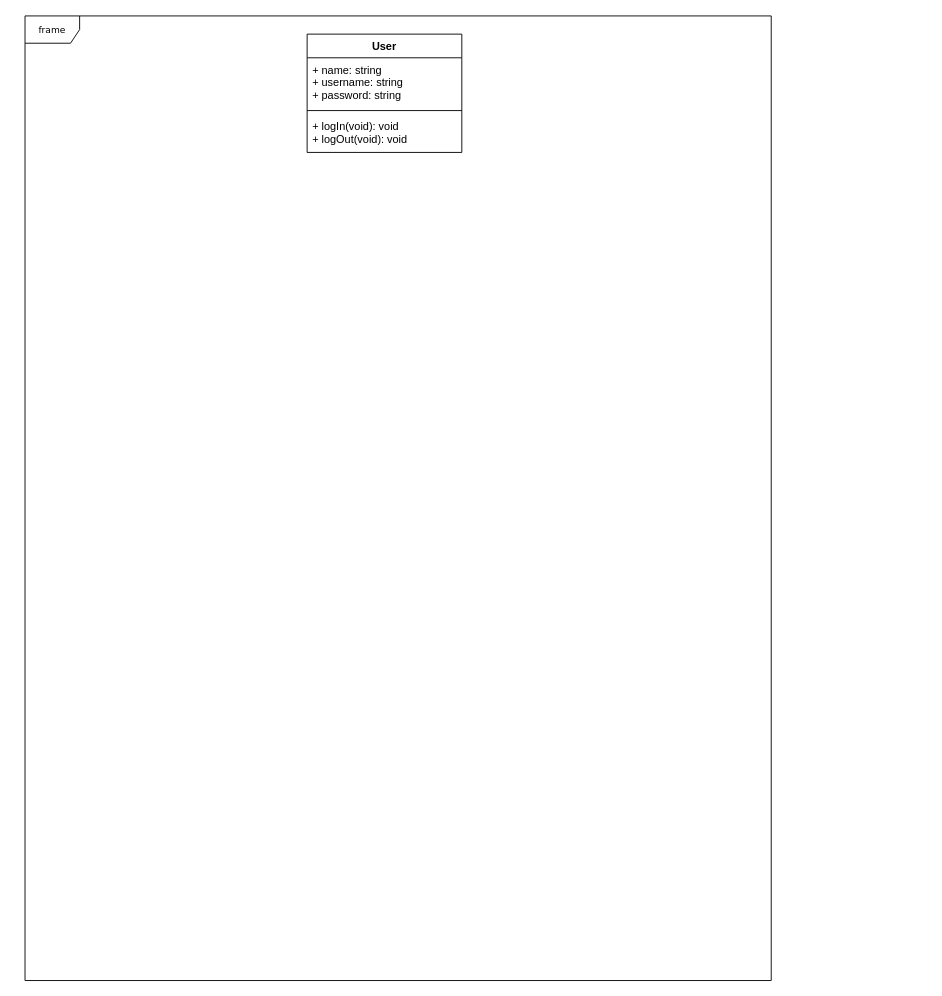
Before: PharmacyManagementSystem.drawio in CodeTyperPro/RandomFiles, a draw.io diagram. Source tidied: cells renumbered, new cells numbered last; positions are measured from the earlier drawing's top-left corner, leaving out a move shared by most shapes. Both pictures are drawn from the tidied source at 91%, with x=0, y=0 at pixel (25, 15).
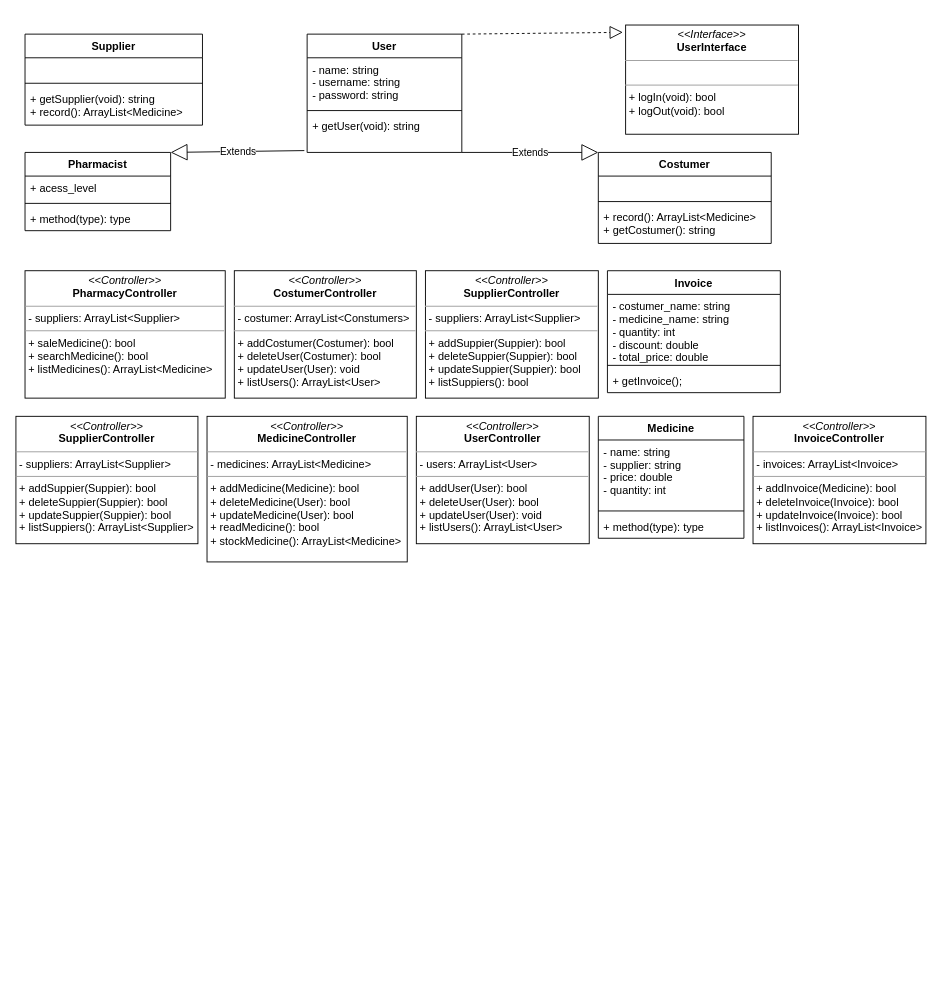
Above is the later version.

The change refers to these unchanged cells:
```xml
<mxCell id="3" value="User" style="swimlane;fontStyle=1;align=center;verticalAlign=top;horizontal=1;startSize=26;" parent="1" vertex="1">
  <mxGeometry x="310" y="20" width="170" height="130" as="geometry" />
</mxCell>
```

Change to the diagram source:
```diff
@@
-    <mxCell id="2" value="frame" style="shape=umlFrame;whiteSpace=wrap;html=1;rounded=0;shadow=0;comic=0;labelBackgroundColor=none;strokeWidth=1;fontFamily=Verdana;fontSize=10;align=center;" parent="1" vertex="1">
-      <mxGeometry width="820" height="1060" as="geometry" />
-    </mxCell>
@@
-    <mxCell id="4" value="+ name: string&#10;+ username: string&#10;+ password: string" style="text;strokeColor=none;fillColor=none;align=left;verticalAlign=top;spacingLeft=4;spacingRight=4;overflow=hidden;" parent="3" vertex="1">
+    <mxCell id="4" value="- name: string&#10;- username: string&#10;- password: string" style="text;strokeColor=none;fillColor=none;align=left;verticalAlign=top;spacingLeft=4;spacingRight=4;overflow=hidden;" parent="3" vertex="1">
       <mxGeometry y="26" width="170" height="54" as="geometry" />
     </mxCell>
@@
-    <mxCell id="6" value="+ logIn(void): void&#10;+ logOut(void): void" style="text;strokeColor=none;fillColor=none;align=left;verticalAlign=top;spacingLeft=4;spacingRight=4;overflow=hidden;points=[[0,0.5],[1,0.5]];portConstraint=eastwest;" parent="3" vertex="1">
+    <mxCell id="6" value="+ getUser(void): string" style="text;strokeColor=none;fillColor=none;align=left;verticalAlign=top;spacingLeft=4;spacingRight=4;overflow=hidden;points=[[0,0.5],[1,0.5]];portConstraint=eastwest;" parent="3" vertex="1">
       <mxGeometry y="88" width="170" height="42" as="geometry" />
     </mxCell>
+    <mxCell id="7" value="Pharmacist" style="swimlane;fontStyle=1;align=center;verticalAlign=top;horizontal=1;startSize=26;" parent="1" vertex="1">
+      <mxGeometry y="150" width="160" height="86" as="geometry" />
+    </mxCell>
+    <mxCell id="8" value="+ acess_level" style="text;strokeColor=none;fillColor=none;align=left;verticalAlign=top;spacingLeft=4;spacingRight=4;overflow=hidden;" parent="7" vertex="1">
+      <mxGeometry y="26" width="160" height="26" as="geometry" />
+    </mxCell>
+    <mxCell id="9" style="line;strokeWidth=1;fillColor=none;align=left;verticalAlign=middle;spacingTop=-1;spacingLeft=3;spacingRight=3;labelPosition=right;" parent="7" vertex="1">
+      <mxGeometry y="52" width="160" height="8" as="geometry" />
+    </mxCell>
+    <mxCell id="10" value="+ method(type): type" style="text;strokeColor=none;fillColor=none;align=left;verticalAlign=top;spacingLeft=4;spacingRight=4;overflow=hidden;" parent="7" vertex="1">
+      <mxGeometry y="60" width="160" height="26" as="geometry" />
+    </mxCell>
+    <mxCell id="11" value="Medicine" style="swimlane;fontStyle=1;align=center;verticalAlign=top;horizontal=1;startSize=26;" parent="1" vertex="1">
+      <mxGeometry x="630" y="440" width="160" height="134" as="geometry" />
+    </mxCell>
+    <mxCell id="12" value="- name: string&#10;- supplier: string&#10;- price: double&#10;- quantity: int" style="text;strokeColor=none;fillColor=none;align=left;verticalAlign=top;spacingLeft=4;spacingRight=4;overflow=hidden;" parent="11" vertex="1">
+      <mxGeometry y="26" width="160" height="74" as="geometry" />
+    </mxCell>
+    <mxCell id="13" style="line;strokeWidth=1;fillColor=none;align=left;verticalAlign=middle;spacingTop=-1;spacingLeft=3;spacingRight=3;labelPosition=right;" parent="11" vertex="1">
+      <mxGeometry y="100" width="160" height="8" as="geometry" />
+    </mxCell>
+    <mxCell id="14" value="+ method(type): type" style="text;strokeColor=none;fillColor=none;align=left;verticalAlign=top;spacingLeft=4;spacingRight=4;overflow=hidden;" parent="11" vertex="1">
+      <mxGeometry y="108" width="160" height="26" as="geometry" />
+    </mxCell>
+    <mxCell id="15" value="Supplier" style="swimlane;fontStyle=1;align=center;verticalAlign=top;horizontal=1;startSize=26;" parent="1" vertex="1">
+      <mxGeometry y="20" width="195" height="100" as="geometry" />
+    </mxCell>
+    <mxCell id="16" value=" " style="text;strokeColor=none;fillColor=none;align=left;verticalAlign=top;spacingLeft=4;spacingRight=4;overflow=hidden;" parent="15" vertex="1">
+      <mxGeometry y="26" width="195" height="24" as="geometry" />
+    </mxCell>
+    <mxCell id="17" style="line;strokeWidth=1;fillColor=none;align=left;verticalAlign=middle;spacingTop=-1;spacingLeft=3;spacingRight=3;labelPosition=right;" parent="15" vertex="1">
+      <mxGeometry y="50" width="195" height="8" as="geometry" />
+    </mxCell>
+    <mxCell id="18" value="+ getSupplier(void): string&#10;+ record(): ArrayList&lt;Medicine&gt;" style="text;strokeColor=none;fillColor=none;align=left;verticalAlign=top;spacingLeft=4;spacingRight=4;overflow=hidden;" parent="15" vertex="1">
+      <mxGeometry y="58" width="195" height="42" as="geometry" />
+    </mxCell>
+    <mxCell id="19" value="Extends" style="endArrow=block;endSize=16;endFill=0;html=1;rounded=0;entryX=1;entryY=0;entryDx=0;entryDy=0;exitX=-0.018;exitY=0.952;exitDx=0;exitDy=0;exitPerimeter=0;" parent="1" edge="1" source="6" target="7">
+      <mxGeometry relative="1" as="geometry" />
+    </mxCell>
+    <mxCell id="20" value="&lt;p style=&quot;margin: 0px ; margin-top: 4px ; text-align: center&quot;&gt;&lt;i&gt;&amp;lt;&amp;lt;Interface&amp;gt;&amp;gt;&lt;/i&gt;&lt;br&gt;&lt;b&gt;UserInterface&lt;/b&gt;&lt;/p&gt;&lt;hr size=&quot;1&quot;&gt;&lt;p style=&quot;margin: 0px ; margin-left: 4px&quot;&gt;&lt;br&gt;&lt;/p&gt;&lt;hr size=&quot;1&quot;&gt;&lt;p style=&quot;margin: 0px ; margin-left: 4px&quot;&gt;+ logIn(void): bool&lt;br&gt;+ logOut(void): bool&lt;/p&gt;" style="verticalAlign=top;align=left;overflow=fill;fontSize=12;fontFamily=Helvetica;html=1;" parent="1" vertex="1">
+      <mxGeometry x="660" y="10" width="190" height="120" as="geometry" />
+    </mxCell>
+    <mxCell id="21" value="&lt;p style=&quot;margin: 0px ; margin-top: 4px ; text-align: center&quot;&gt;&lt;i&gt;&amp;lt;&amp;lt;Controller&amp;gt;&amp;gt;&lt;/i&gt;&lt;br&gt;&lt;b&gt;UserController&lt;/b&gt;&lt;br&gt;&lt;/p&gt;&lt;hr size=&quot;1&quot;&gt;&lt;p style=&quot;margin: 0px ; margin-left: 4px&quot;&gt;- users: ArrayList&amp;lt;User&amp;gt;&lt;/p&gt;&lt;hr size=&quot;1&quot;&gt;&lt;p style=&quot;margin: 0px 0px 0px 4px&quot;&gt;+ addUser(User): bool&lt;br&gt;+ deleteUser(User): bool&lt;/p&gt;&lt;p style=&quot;margin: 0px 0px 0px 4px&quot;&gt;+ updateUser(User): void&lt;/p&gt;&lt;p style=&quot;margin: 0px 0px 0px 4px&quot;&gt;+ listUsers(): ArrayList&amp;lt;User&amp;gt;&lt;/p&gt;" style="verticalAlign=top;align=left;overflow=fill;fontSize=12;fontFamily=Helvetica;html=1;" parent="1" vertex="1">
+      <mxGeometry x="430" y="440" width="190" height="140" as="geometry" />
+    </mxCell>
+    <mxCell id="22" style="endArrow=block;dashed=1;endFill=0;endSize=12;html=1;rounded=0;entryX=-0.016;entryY=0.067;entryDx=0;entryDy=0;exitX=1;exitY=0;exitDx=0;exitDy=0;entryPerimeter=0;" parent="1" edge="1" source="3" target="20">
+      <mxGeometry relative="1" as="geometry" />
+    </mxCell>
+    <mxCell id="23" value="&lt;p style=&quot;margin: 0px ; margin-top: 4px ; text-align: center&quot;&gt;&lt;i&gt;&amp;lt;&amp;lt;Controller&amp;gt;&amp;gt;&lt;/i&gt;&lt;br&gt;&lt;b&gt;MedicineController&lt;/b&gt;&lt;br&gt;&lt;/p&gt;&lt;hr size=&quot;1&quot;&gt;&lt;p style=&quot;margin: 0px ; margin-left: 4px&quot;&gt;- medicines: ArrayList&amp;lt;Medicine&amp;gt;&lt;/p&gt;&lt;hr size=&quot;1&quot;&gt;&lt;p style=&quot;margin: 0px 0px 0px 4px&quot;&gt;+ addMedicine(Medicine): bool&lt;br&gt;+ deleteMedicine(User): bool&lt;/p&gt;&lt;p style=&quot;margin: 0px 0px 0px 4px&quot;&gt;+ updateMedicine(User): bool&lt;/p&gt;&lt;p style=&quot;margin: 0px 0px 0px 4px&quot;&gt;+ readMedicine(): bool&lt;/p&gt;&lt;p style=&quot;margin: 0px 0px 0px 4px&quot;&gt;+ stockMedicine(): ArrayList&amp;lt;Medicine&amp;gt;&lt;/p&gt;" style="verticalAlign=top;align=left;overflow=fill;fontSize=12;fontFamily=Helvetica;html=1;" parent="1" vertex="1">
+      <mxGeometry x="200" y="440" width="220" height="160" as="geometry" />
+    </mxCell>
+    <mxCell id="24" value="&lt;p style=&quot;margin: 0px ; margin-top: 4px ; text-align: center&quot;&gt;&lt;i&gt;&amp;lt;&amp;lt;Controller&amp;gt;&amp;gt;&lt;/i&gt;&lt;br&gt;&lt;b&gt;SupplierController&lt;/b&gt;&lt;br&gt;&lt;/p&gt;&lt;hr size=&quot;1&quot;&gt;&lt;p style=&quot;margin: 0px ; margin-left: 4px&quot;&gt;- suppliers: ArrayList&amp;lt;Supplier&amp;gt;&lt;/p&gt;&lt;hr size=&quot;1&quot;&gt;&lt;p style=&quot;margin: 0px 0px 0px 4px&quot;&gt;+ addSuppier(Suppier): bool&lt;br&gt;+ deleteSuppier(Suppier): bool&lt;/p&gt;&lt;p style=&quot;margin: 0px 0px 0px 4px&quot;&gt;+ updateSuppier(Suppier): bool&lt;/p&gt;&lt;p style=&quot;margin: 0px 0px 0px 4px&quot;&gt;+ listSuppiers(): ArrayList&amp;lt;Supplier&amp;gt;&lt;/p&gt;" style="verticalAlign=top;align=left;overflow=fill;fontSize=12;fontFamily=Helvetica;html=1;" parent="1" vertex="1">
+      <mxGeometry x="-10" y="440" width="200" height="140" as="geometry" />
+    </mxCell>
+    <mxCell id="25" value="Costumer" style="swimlane;fontStyle=1;align=center;verticalAlign=top;horizontal=1;startSize=26;" parent="1" vertex="1">
+      <mxGeometry x="630" y="150" width="190" height="100" as="geometry" />
+    </mxCell>
+    <mxCell id="26" value=" " style="text;strokeColor=none;fillColor=none;align=left;verticalAlign=top;spacingLeft=4;spacingRight=4;overflow=hidden;" parent="25" vertex="1">
+      <mxGeometry y="26" width="190" height="24" as="geometry" />
+    </mxCell>
+    <mxCell id="27" style="line;strokeWidth=1;fillColor=none;align=left;verticalAlign=middle;spacingTop=-1;spacingLeft=3;spacingRight=3;labelPosition=right;" parent="25" vertex="1">
+      <mxGeometry y="50" width="190" height="8" as="geometry" />
+    </mxCell>
+    <mxCell id="28" value="+ record(): ArrayList&lt;Medicine&gt;&#10;+ getCostumer(): string" style="text;strokeColor=none;fillColor=none;align=left;verticalAlign=top;spacingLeft=4;spacingRight=4;overflow=hidden;" parent="25" vertex="1">
+      <mxGeometry y="58" width="190" height="42" as="geometry" />
+    </mxCell>
+    <mxCell id="29" value="&lt;p style=&quot;margin: 0px ; margin-top: 4px ; text-align: center&quot;&gt;&lt;i&gt;&amp;lt;&amp;lt;Controller&amp;gt;&amp;gt;&lt;/i&gt;&lt;br&gt;&lt;b&gt;SupplierController&lt;/b&gt;&lt;br&gt;&lt;/p&gt;&lt;hr size=&quot;1&quot;&gt;&lt;p style=&quot;margin: 0px ; margin-left: 4px&quot;&gt;- suppliers: ArrayList&amp;lt;Supplier&amp;gt;&lt;/p&gt;&lt;hr size=&quot;1&quot;&gt;&lt;p style=&quot;margin: 0px 0px 0px 4px&quot;&gt;+ addSuppier(Suppier): bool&lt;br&gt;+ deleteSuppier(Suppier): bool&lt;/p&gt;&lt;p style=&quot;margin: 0px 0px 0px 4px&quot;&gt;+ updateSuppier(Suppier): bool&lt;/p&gt;&lt;p style=&quot;margin: 0px 0px 0px 4px&quot;&gt;+ listSuppiers(): bool&lt;/p&gt;" style="verticalAlign=top;align=left;overflow=fill;fontSize=12;fontFamily=Helvetica;html=1;" parent="1" vertex="1">
+      <mxGeometry x="440" y="280" width="190" height="140" as="geometry" />
+    </mxCell>
+    <mxCell id="30" value="&lt;p style=&quot;margin: 0px ; margin-top: 4px ; text-align: center&quot;&gt;&lt;i&gt;&amp;lt;&amp;lt;Controller&amp;gt;&amp;gt;&lt;/i&gt;&lt;br&gt;&lt;b&gt;PharmacyController&lt;/b&gt;&lt;br&gt;&lt;/p&gt;&lt;hr size=&quot;1&quot;&gt;&lt;p style=&quot;margin: 0px ; margin-left: 4px&quot;&gt;- suppliers: ArrayList&amp;lt;Supplier&amp;gt;&lt;/p&gt;&lt;hr size=&quot;1&quot;&gt;&lt;p style=&quot;margin: 0px 0px 0px 4px&quot;&gt;&lt;span&gt;+ saleMedicine(): bool&lt;/span&gt;&lt;br&gt;&lt;/p&gt;&lt;p style=&quot;margin: 0px 0px 0px 4px&quot;&gt;&lt;span&gt;+ searchMedicine(): bool&lt;/span&gt;&lt;/p&gt;&lt;p style=&quot;margin: 0px 0px 0px 4px&quot;&gt;&lt;span&gt;+ listMedicines(): ArrayList&amp;lt;Medicine&amp;gt;&lt;/span&gt;&lt;/p&gt;" style="verticalAlign=top;align=left;overflow=fill;fontSize=12;fontFamily=Helvetica;html=1;" parent="1" vertex="1">
+      <mxGeometry y="280" width="220" height="140" as="geometry" />
+    </mxCell>
+    <mxCell id="31" value="Invoice" style="swimlane;fontStyle=1;align=center;verticalAlign=top;horizontal=1;startSize=26;" parent="1" vertex="1">
+      <mxGeometry x="640" y="280" width="190" height="134" as="geometry" />
+    </mxCell>
+    <mxCell id="32" value="- costumer_name: string&#10;- medicine_name: string&#10;- quantity: int&#10;- discount: double&#10;- total_price: double" style="text;strokeColor=none;fillColor=none;align=left;verticalAlign=top;spacingLeft=4;spacingRight=4;overflow=hidden;" parent="31" vertex="1">
+      <mxGeometry y="26" width="190" height="74" as="geometry" />
+    </mxCell>
+    <mxCell id="33" style="line;strokeWidth=1;fillColor=none;align=left;verticalAlign=middle;spacingTop=-1;spacingLeft=3;spacingRight=3;labelPosition=right;" parent="31" vertex="1">
+      <mxGeometry y="100" width="190" height="8" as="geometry" />
+    </mxCell>
+    <mxCell id="34" value="+ getInvoice();" style="text;strokeColor=none;fillColor=none;align=left;verticalAlign=top;spacingLeft=4;spacingRight=4;overflow=hidden;" parent="31" vertex="1">
+      <mxGeometry y="108" width="190" height="26" as="geometry" />
+    </mxCell>
+    <mxCell id="35" value="&lt;p style=&quot;margin: 0px ; margin-top: 4px ; text-align: center&quot;&gt;&lt;i&gt;&amp;lt;&amp;lt;Controller&amp;gt;&amp;gt;&lt;/i&gt;&lt;br&gt;&lt;b&gt;InvoiceController&lt;/b&gt;&lt;br&gt;&lt;/p&gt;&lt;hr size=&quot;1&quot;&gt;&lt;p style=&quot;margin: 0px ; margin-left: 4px&quot;&gt;- invoices: ArrayList&amp;lt;Invoice&amp;gt;&lt;/p&gt;&lt;hr size=&quot;1&quot;&gt;&lt;p style=&quot;margin: 0px 0px 0px 4px&quot;&gt;+ addInvoice(Medicine): bool&lt;br&gt;+ deleteInvoice(Invoice): bool&lt;/p&gt;&lt;p style=&quot;margin: 0px 0px 0px 4px&quot;&gt;+ updateInvoice(Invoice): bool&lt;/p&gt;&lt;p style=&quot;margin: 0px 0px 0px 4px&quot;&gt;+ listInvoices(): ArrayList&amp;lt;Invoice&amp;gt;&lt;/p&gt;" style="verticalAlign=top;align=left;overflow=fill;fontSize=12;fontFamily=Helvetica;html=1;" parent="1" vertex="1">
+      <mxGeometry x="800" y="440" width="190" height="140" as="geometry" />
+    </mxCell>
+    <mxCell id="36" value="&lt;p style=&quot;margin: 0px ; margin-top: 4px ; text-align: center&quot;&gt;&lt;i&gt;&amp;lt;&amp;lt;Controller&amp;gt;&amp;gt;&lt;/i&gt;&lt;br&gt;&lt;b&gt;CostumerController&lt;/b&gt;&lt;br&gt;&lt;/p&gt;&lt;hr size=&quot;1&quot;&gt;&lt;p style=&quot;margin: 0px ; margin-left: 4px&quot;&gt;- costumer: ArrayList&amp;lt;Constumers&amp;gt;&lt;/p&gt;&lt;hr size=&quot;1&quot;&gt;&lt;p style=&quot;margin: 0px 0px 0px 4px&quot;&gt;+ addCostumer(Costumer): bool&lt;/p&gt;&lt;p style=&quot;margin: 0px 0px 0px 4px&quot;&gt;+ deleteUser(Costumer): bool&lt;/p&gt;&lt;p style=&quot;margin: 0px 0px 0px 4px&quot;&gt;+ updateUser(User): void&lt;/p&gt;&lt;p style=&quot;margin: 0px 0px 0px 4px&quot;&gt;+ listUsers(): ArrayList&amp;lt;User&amp;gt;&lt;/p&gt;" style="verticalAlign=top;align=left;overflow=fill;fontSize=12;fontFamily=Helvetica;html=1;" parent="1" vertex="1">
+      <mxGeometry x="230" y="280" width="200" height="140" as="geometry" />
+    </mxCell>
+    <mxCell id="37" value="Extends" style="endArrow=block;endSize=16;endFill=0;html=1;rounded=0;entryX=0;entryY=0;entryDx=0;entryDy=0;" parent="1" edge="1" target="25">
+      <mxGeometry relative="1" as="geometry">
+        <mxPoint x="480" y="150" as="sourcePoint" />
+      </mxGeometry>
+    </mxCell>
```
